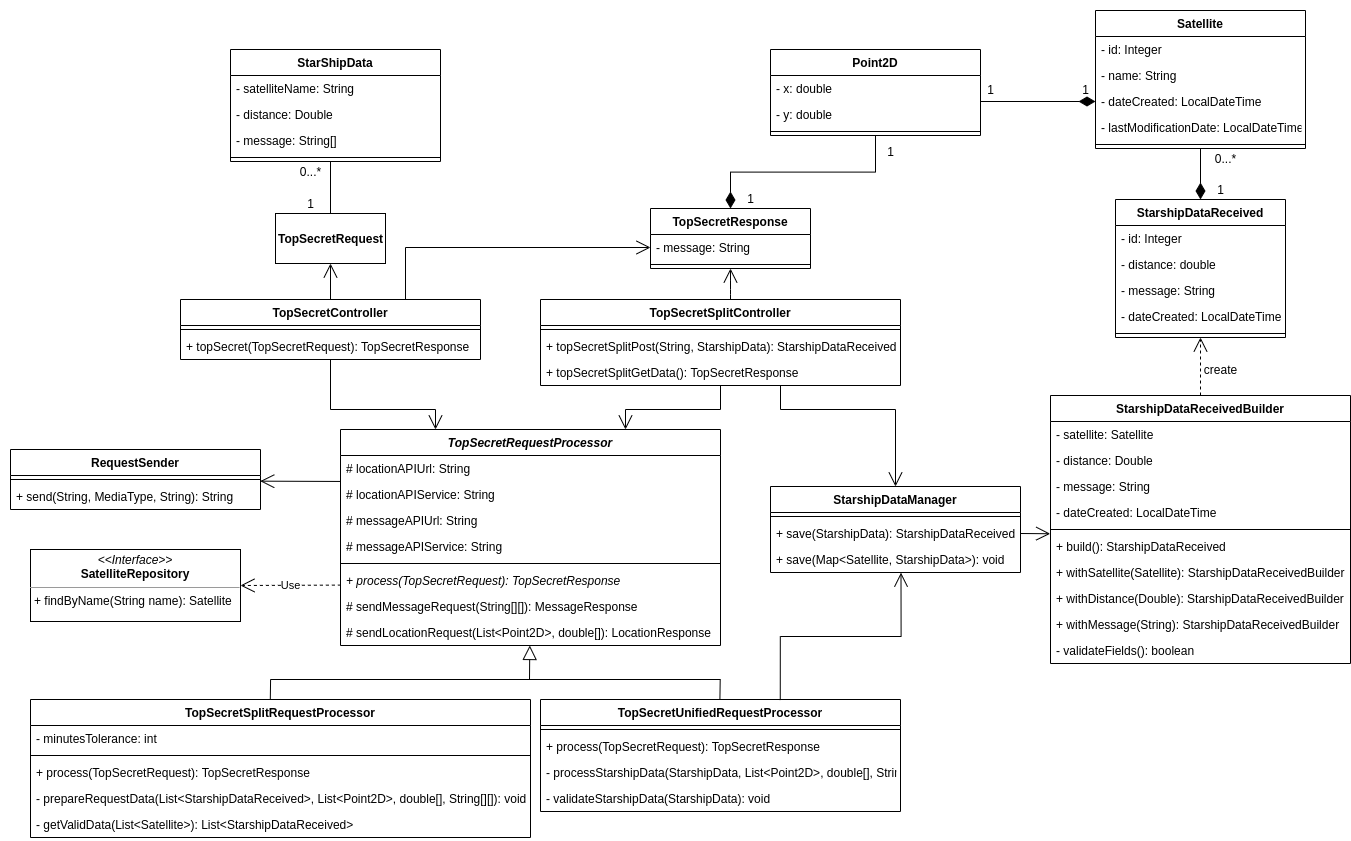
Above: src/main/resources/documentation/diagrams/class-diagram.png in salva-meli-challenge-quasar/quasar-communication-api (draw.io), before the change. Source tidied: cells renumbered, new cells last; positions are measured from the earlier drawing's top-left corner, leaving out a move shared by most shapes.
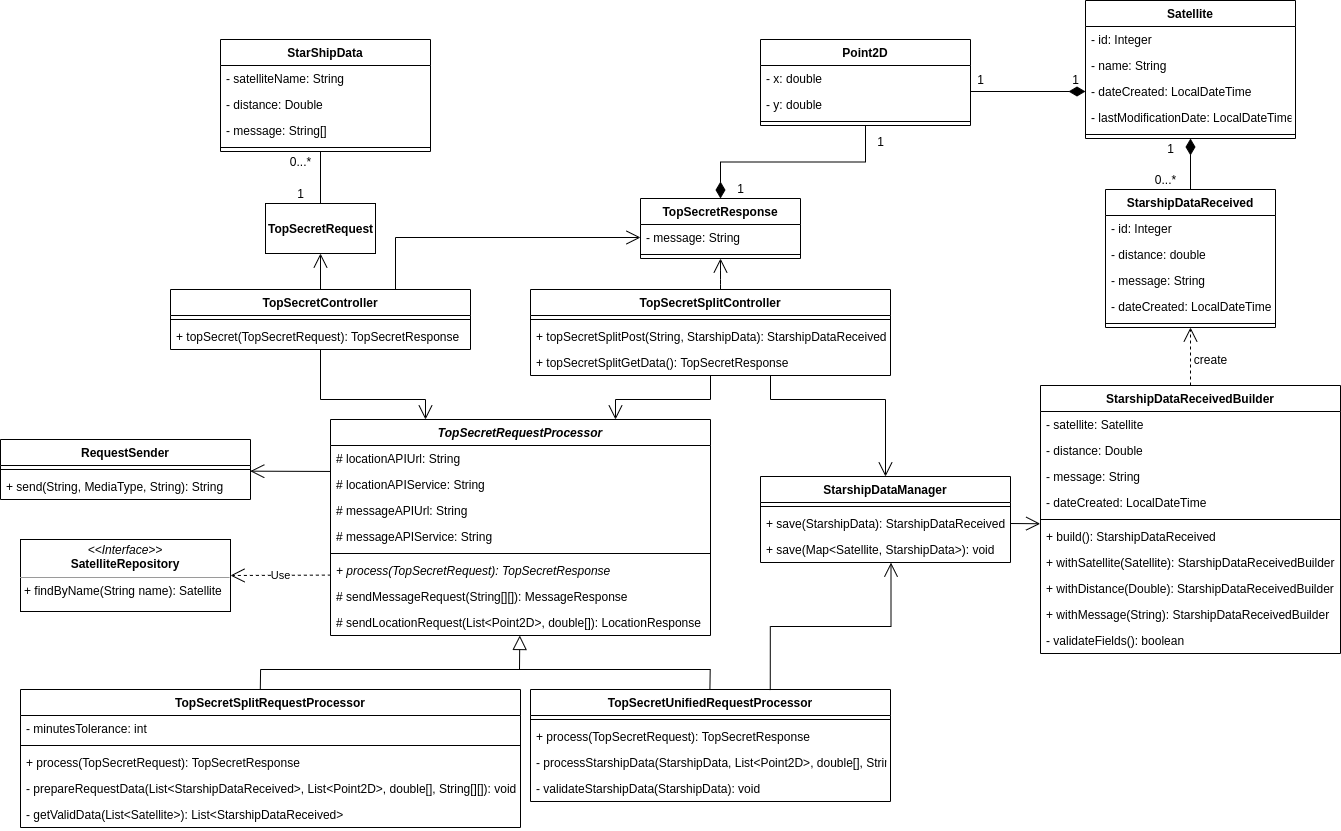
Above is the later version.

Commit message:
Fixing class diagram

The edit, as a diff of the source:
```diff
@@ -252,10 +252,10 @@
       <mxGeometry y="130" width="210" height="8" as="geometry" />
     </mxCell>
     <mxCell id="73" value="1" style="text;html=1;align=center;verticalAlign=middle;" parent="1" vertex="1">
-      <mxGeometry x="1200" y="169" width="20" height="20" as="geometry" />
+      <mxGeometry x="1160" y="138" width="20" height="20" as="geometry" />
     </mxCell>
     <mxCell id="74" value="0...*" style="text;html=1;align=center;verticalAlign=middle;" parent="1" vertex="1">
-      <mxGeometry x="1195" y="138" width="40" height="20" as="geometry" />
+      <mxGeometry x="1145" y="169" width="40" height="20" as="geometry" />
     </mxCell>
     <mxCell id="75" value="Point2D" style="swimlane;fontStyle=1;align=center;verticalAlign=top;horizontal=1;startSize=26;" parent="1" vertex="1">
       <mxGeometry x="760" y="39" width="210" height="86" as="geometry" />
@@ -320,7 +320,7 @@
     <mxCell id="94" value="1" style="text;html=1;align=center;verticalAlign=middle;" parent="1" vertex="1">
       <mxGeometry x="870" y="131" width="20" height="20" as="geometry" />
     </mxCell>
-    <mxCell id="95" style="endArrow=none;html=1;endSize=12;startArrow=diamondThin;startSize=14;startFill=1;edgeStyle=orthogonalEdgeStyle;align=left;verticalAlign=bottom;entryX=0.5;entryY=1;entryDx=0;entryDy=0;exitX=0.5;exitY=0;exitDx=0;exitDy=0;endFill=0;" parent="1" edge="1" source="59" target="67">
+    <mxCell id="95" style="endArrow=none;html=1;endSize=12;startArrow=diamondThin;startSize=14;startFill=1;edgeStyle=orthogonalEdgeStyle;align=left;verticalAlign=bottom;endFill=0;exitX=0.5;exitY=1;exitDx=0;exitDy=0;entryX=0.5;entryY=0;entryDx=0;entryDy=0;" parent="1" edge="1" source="67" target="59">
       <mxGeometry x="-0.88" y="30" relative="1" as="geometry" />
     </mxCell>
     <mxCell id="96" style="endArrow=none;html=1;endSize=12;startArrow=diamondThin;startSize=14;startFill=1;align=left;verticalAlign=bottom;entryX=1.001;entryY=1;entryDx=0;entryDy=0;entryPerimeter=0;exitX=0;exitY=0.5;exitDx=0;exitDy=0;endFill=0;" parent="1" edge="1" source="70" target="76">
```
